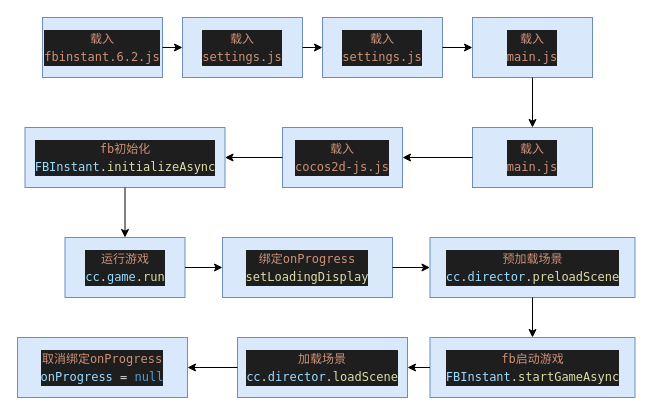
liangxudongsun/CocosCreator_baiyuwubing-blog keeps this draw.io diagram as res/drawio/ccc-fb-flow-chat-default.drawio. Above is the earlier version. Source tidied: cells renumbered, new cells numbered last; positions are measured from the earlier drawing's top-left corner, leaving out a move shared by most shapes. Both pictures are drawn from the tidied source at 100%, with x=0, y=0 at pixel (17, 17).
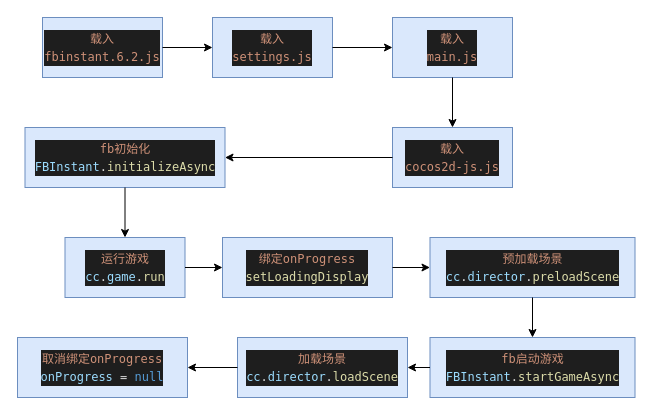
The same diagram, later.

Diff of the diagram source:
```diff
@@
     <mxCell id="4" value="&lt;div style=&quot;background-color: rgb(30 , 30 , 30) ; font-family: &amp;#34;menlo&amp;#34; , &amp;#34;monaco&amp;#34; , &amp;#34;courier new&amp;#34; , monospace ; line-height: 18px ; white-space: pre&quot;&gt;&lt;font color=&quot;#ce9178&quot;&gt;载入&lt;/font&gt;&lt;/div&gt;&lt;div style=&quot;color: rgb(212 , 212 , 212) ; background-color: rgb(30 , 30 , 30) ; font-family: &amp;#34;menlo&amp;#34; , &amp;#34;monaco&amp;#34; , &amp;#34;courier new&amp;#34; , monospace ; line-height: 18px ; white-space: pre&quot;&gt;&lt;div style=&quot;font-family: &amp;#34;menlo&amp;#34; , &amp;#34;monaco&amp;#34; , &amp;#34;courier new&amp;#34; , monospace ; line-height: 18px&quot;&gt;&lt;span style=&quot;color: #ce9178&quot;&gt;settings.js&lt;/span&gt;&lt;/div&gt;&lt;/div&gt;" style="rounded=0;whiteSpace=wrap;html=1;fillColor=#dae8fc;strokeColor=#6c8ebf;" parent="1" vertex="1">
-      <mxGeometry x="165" width="120" height="60" as="geometry" />
+      <mxGeometry x="195" width="120" height="60" as="geometry" />
     </mxCell>
-    <mxCell id="5" style="endArrow=classic;html=1;exitX=1;exitY=0.5;exitDx=0;exitDy=0;entryX=0;entryY=0.5;entryDx=0;entryDy=0;" parent="1" edge="1" source="4" target="6">
-      <mxGeometry relative="1" as="geometry" />
-    </mxCell>
-    <mxCell id="6" value="&lt;div style=&quot;background-color: rgb(30 , 30 , 30) ; font-family: &amp;#34;menlo&amp;#34; , &amp;#34;monaco&amp;#34; , &amp;#34;courier new&amp;#34; , monospace ; line-height: 18px ; white-space: pre&quot;&gt;&lt;font color=&quot;#ce9178&quot;&gt;载入&lt;/font&gt;&lt;/div&gt;&lt;div style=&quot;color: rgb(212 , 212 , 212) ; background-color: rgb(30 , 30 , 30) ; font-family: &amp;#34;menlo&amp;#34; , &amp;#34;monaco&amp;#34; , &amp;#34;courier new&amp;#34; , monospace ; line-height: 18px ; white-space: pre&quot;&gt;&lt;div style=&quot;font-family: &amp;#34;menlo&amp;#34; , &amp;#34;monaco&amp;#34; , &amp;#34;courier new&amp;#34; , monospace ; line-height: 18px&quot;&gt;&lt;span style=&quot;color: #ce9178&quot;&gt;settings.js&lt;/span&gt;&lt;/div&gt;&lt;/div&gt;" style="rounded=0;whiteSpace=wrap;html=1;fillColor=#dae8fc;strokeColor=#6c8ebf;" parent="1" vertex="1">
-      <mxGeometry x="305" width="120" height="60" as="geometry" />
-    </mxCell>
-    <mxCell id="7" style="endArrow=classic;html=1;exitX=1;exitY=0.5;exitDx=0;exitDy=0;entryX=0;entryY=0.5;entryDx=0;entryDy=0;" parent="1" edge="1" source="6" target="8">
-      <mxGeometry relative="1" as="geometry" />
-    </mxCell>
-    <mxCell id="8" value="&lt;div style=&quot;background-color: rgb(30 , 30 , 30) ; font-family: &amp;#34;menlo&amp;#34; , &amp;#34;monaco&amp;#34; , &amp;#34;courier new&amp;#34; , monospace ; line-height: 18px ; white-space: pre&quot;&gt;&lt;font color=&quot;#ce9178&quot;&gt;载入&lt;/font&gt;&lt;/div&gt;&lt;div style=&quot;color: rgb(212 , 212 , 212) ; background-color: rgb(30 , 30 , 30) ; font-family: &amp;#34;menlo&amp;#34; , &amp;#34;monaco&amp;#34; , &amp;#34;courier new&amp;#34; , monospace ; line-height: 18px ; white-space: pre&quot;&gt;&lt;div style=&quot;font-family: &amp;#34;menlo&amp;#34; , &amp;#34;monaco&amp;#34; , &amp;#34;courier new&amp;#34; , monospace ; line-height: 18px&quot;&gt;&lt;span style=&quot;color: #ce9178&quot;&gt;main.js&lt;/span&gt;&lt;/div&gt;&lt;/div&gt;" style="rounded=0;whiteSpace=wrap;html=1;fillColor=#dae8fc;strokeColor=#6c8ebf;" parent="1" vertex="1">
-      <mxGeometry x="455" width="120" height="60" as="geometry" />
-    </mxCell>
-    <mxCell id="9" style="endArrow=classic;html=1;exitX=0.5;exitY=1;exitDx=0;exitDy=0;entryX=0.5;entryY=0;entryDx=0;entryDy=0;" parent="1" edge="1" source="8" target="10">
+    <mxCell id="9" style="endArrow=classic;html=1;exitX=1;exitY=0.5;exitDx=0;exitDy=0;entryX=0;entryY=0.5;entryDx=0;entryDy=0;" parent="1" edge="1" source="4" target="10">
       <mxGeometry relative="1" as="geometry" />
     </mxCell>
     <mxCell id="10" value="&lt;div style=&quot;background-color: rgb(30 , 30 , 30) ; font-family: &amp;#34;menlo&amp;#34; , &amp;#34;monaco&amp;#34; , &amp;#34;courier new&amp;#34; , monospace ; line-height: 18px ; white-space: pre&quot;&gt;&lt;font color=&quot;#ce9178&quot;&gt;载入&lt;/font&gt;&lt;/div&gt;&lt;div style=&quot;color: rgb(212 , 212 , 212) ; background-color: rgb(30 , 30 , 30) ; font-family: &amp;#34;menlo&amp;#34; , &amp;#34;monaco&amp;#34; , &amp;#34;courier new&amp;#34; , monospace ; line-height: 18px ; white-space: pre&quot;&gt;&lt;div style=&quot;font-family: &amp;#34;menlo&amp;#34; , &amp;#34;monaco&amp;#34; , &amp;#34;courier new&amp;#34; , monospace ; line-height: 18px&quot;&gt;&lt;span style=&quot;color: #ce9178&quot;&gt;main.js&lt;/span&gt;&lt;/div&gt;&lt;/div&gt;" style="rounded=0;whiteSpace=wrap;html=1;fillColor=#dae8fc;strokeColor=#6c8ebf;" parent="1" vertex="1">
-      <mxGeometry x="455" y="110" width="120" height="60" as="geometry" />
+      <mxGeometry x="375" width="120" height="60" as="geometry" />
     </mxCell>
-    <mxCell id="11" style="endArrow=classic;html=1;exitX=0;exitY=0.5;exitDx=0;exitDy=0;entryX=1;entryY=0.5;entryDx=0;entryDy=0;" parent="1" edge="1" source="10" target="12">
+    <mxCell id="11" style="endArrow=classic;html=1;exitX=0.5;exitY=1;exitDx=0;exitDy=0;entryX=0.5;entryY=0;entryDx=0;entryDy=0;" parent="1" edge="1" source="10" target="12">
       <mxGeometry relative="1" as="geometry" />
     </mxCell>
     <mxCell id="12" value="&lt;div style=&quot;background-color: rgb(30 , 30 , 30) ; font-family: &amp;#34;menlo&amp;#34; , &amp;#34;monaco&amp;#34; , &amp;#34;courier new&amp;#34; , monospace ; line-height: 18px ; white-space: pre&quot;&gt;&lt;font color=&quot;#ce9178&quot;&gt;载入&lt;/font&gt;&lt;/div&gt;&lt;div style=&quot;color: rgb(212 , 212 , 212) ; background-color: rgb(30 , 30 , 30) ; font-family: &amp;#34;menlo&amp;#34; , &amp;#34;monaco&amp;#34; , &amp;#34;courier new&amp;#34; , monospace ; line-height: 18px ; white-space: pre&quot;&gt;&lt;div style=&quot;font-family: &amp;#34;menlo&amp;#34; , &amp;#34;monaco&amp;#34; , &amp;#34;courier new&amp;#34; , monospace ; line-height: 18px&quot;&gt;&lt;span style=&quot;color: #ce9178&quot;&gt;cocos2d-js.js&lt;/span&gt;&lt;/div&gt;&lt;/div&gt;" style="rounded=0;whiteSpace=wrap;html=1;fillColor=#dae8fc;strokeColor=#6c8ebf;" parent="1" vertex="1">
-      <mxGeometry x="265" y="110" width="120" height="60" as="geometry" />
+      <mxGeometry x="375" y="110" width="120" height="60" as="geometry" />
     </mxCell>
```
